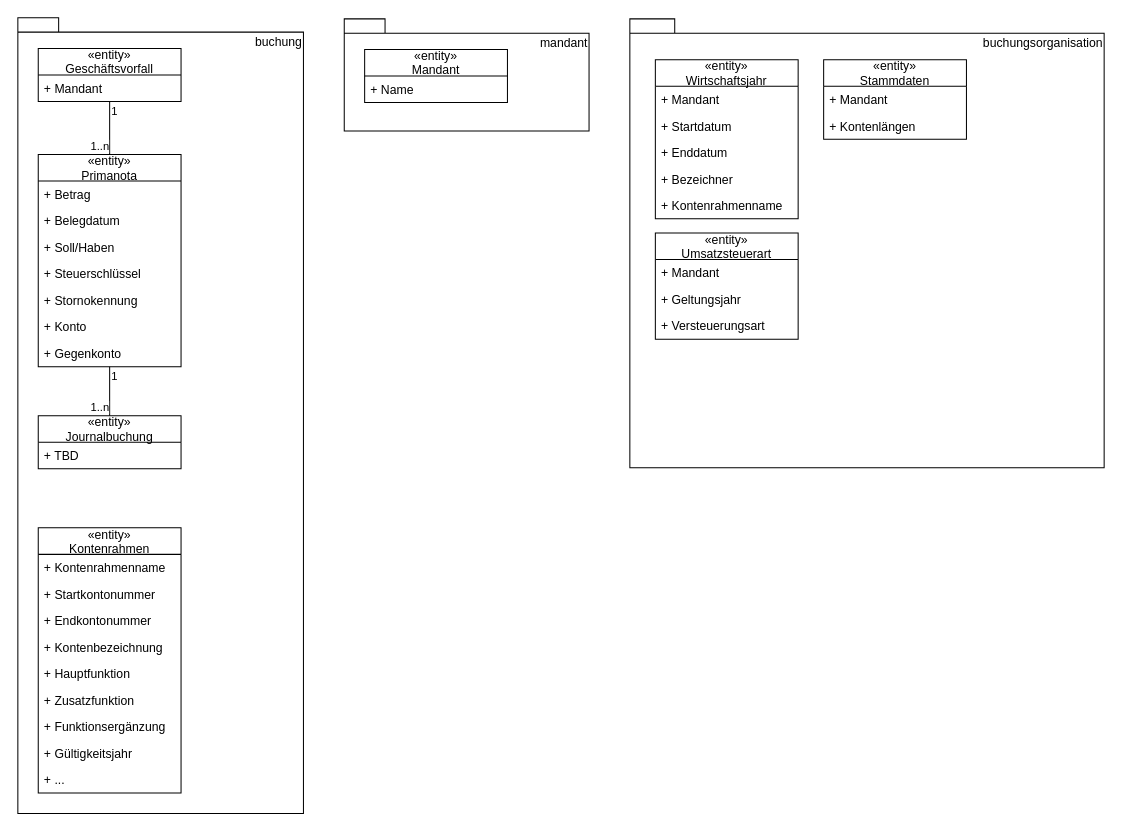
The draw.io diagram page "Datenmodelle" (4 of 5) of architektur/Architektur.drawio in DirkPodolakEssquare/agenda, before the edit. Source tidied: cells renumbered, new cells numbered last; positions are measured from the earlier drawing's top-left corner, leaving out a move shared by most shapes. Both pictures are drawn from the tidied source at 102%, with x=0, y=0 at pixel (17, 17).
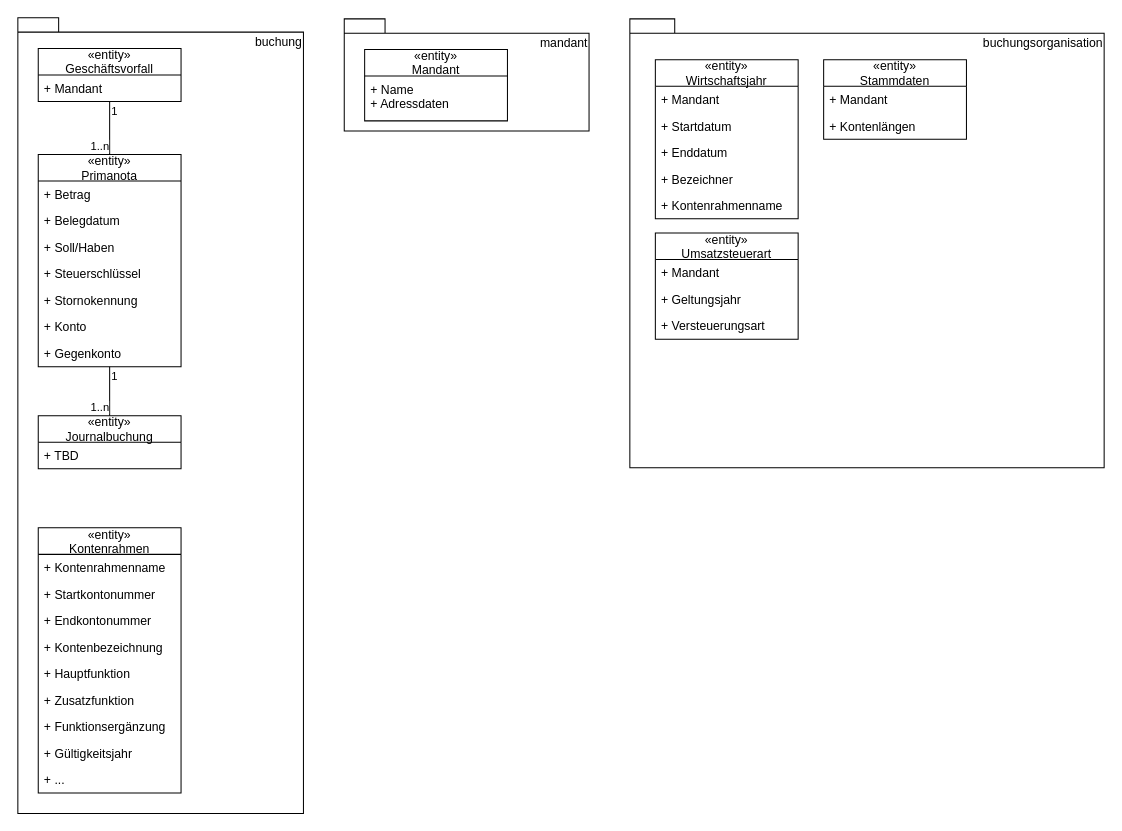
After the change.

Diff of the diagram source:
```diff
@@
     <mxCell id="3" value="«entity»&#10;Mandant" style="swimlane;fontStyle=0;horizontal=1;startSize=26;fillColor=none;" parent="1" vertex="1">
-      <mxGeometry x="340" y="31" width="140" height="52" as="geometry" />
+      <mxGeometry x="340" y="31" width="140" height="70" as="geometry" />
     </mxCell>
-    <mxCell id="4" value="+ Name" style="text;strokeColor=none;fillColor=none;align=left;verticalAlign=top;spacingLeft=4;spacingRight=4;overflow=hidden;" parent="3" vertex="1">
-      <mxGeometry y="26" width="140" height="26" as="geometry" />
+    <mxCell id="4" value="+ Name&#10;+ Adressdaten" style="text;strokeColor=none;fillColor=none;align=left;verticalAlign=top;spacingLeft=4;spacingRight=4;overflow=hidden;" parent="3" vertex="1">
+      <mxGeometry y="26" width="140" height="44" as="geometry" />
     </mxCell>
```
